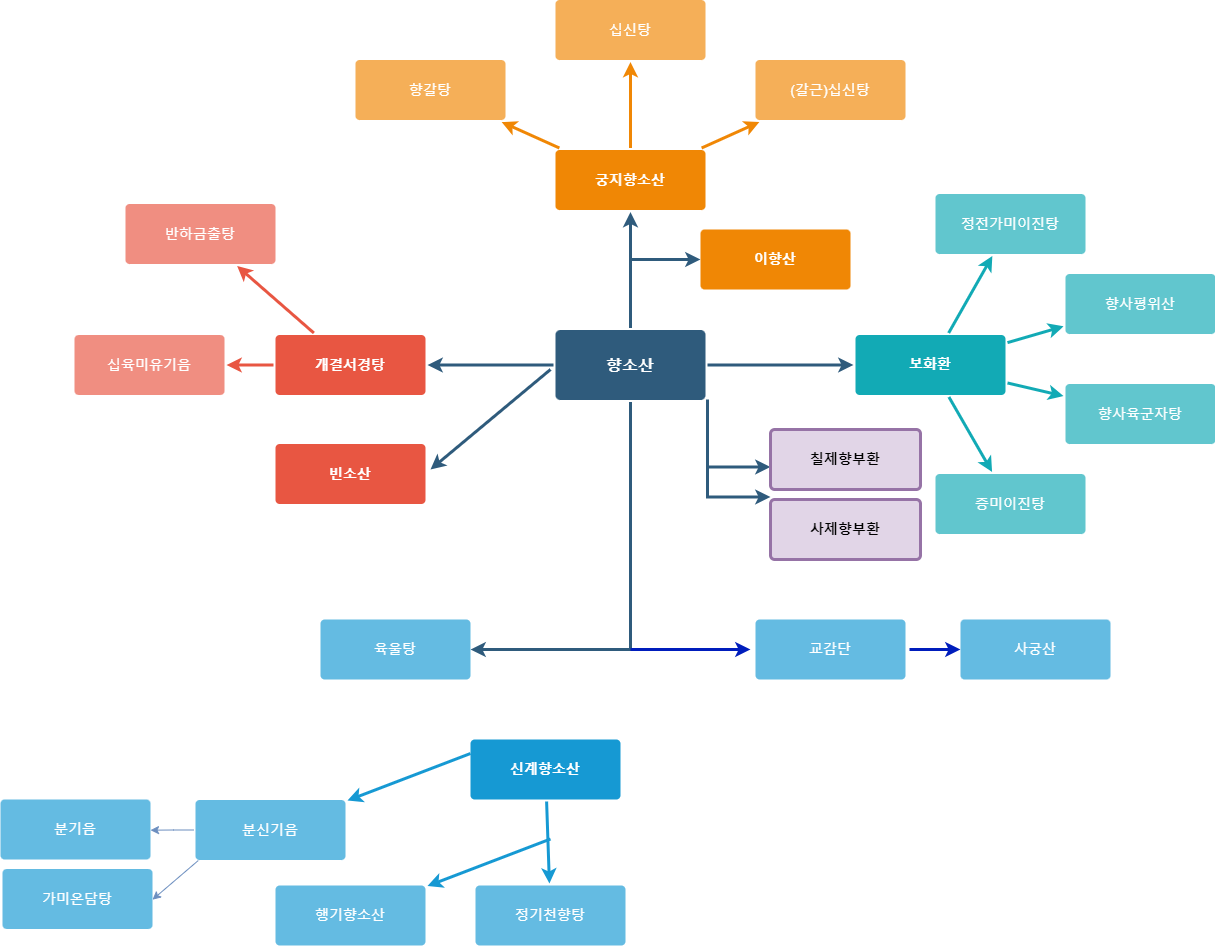
Before: 향소산플로우차트.drawio.png, a diagram exported from draw.io (Jinzin71/sparta). Source tidied: cells renumbered, new cells last; positions are measured from the earlier drawing's top-left corner, leaving out a move shared by most shapes.
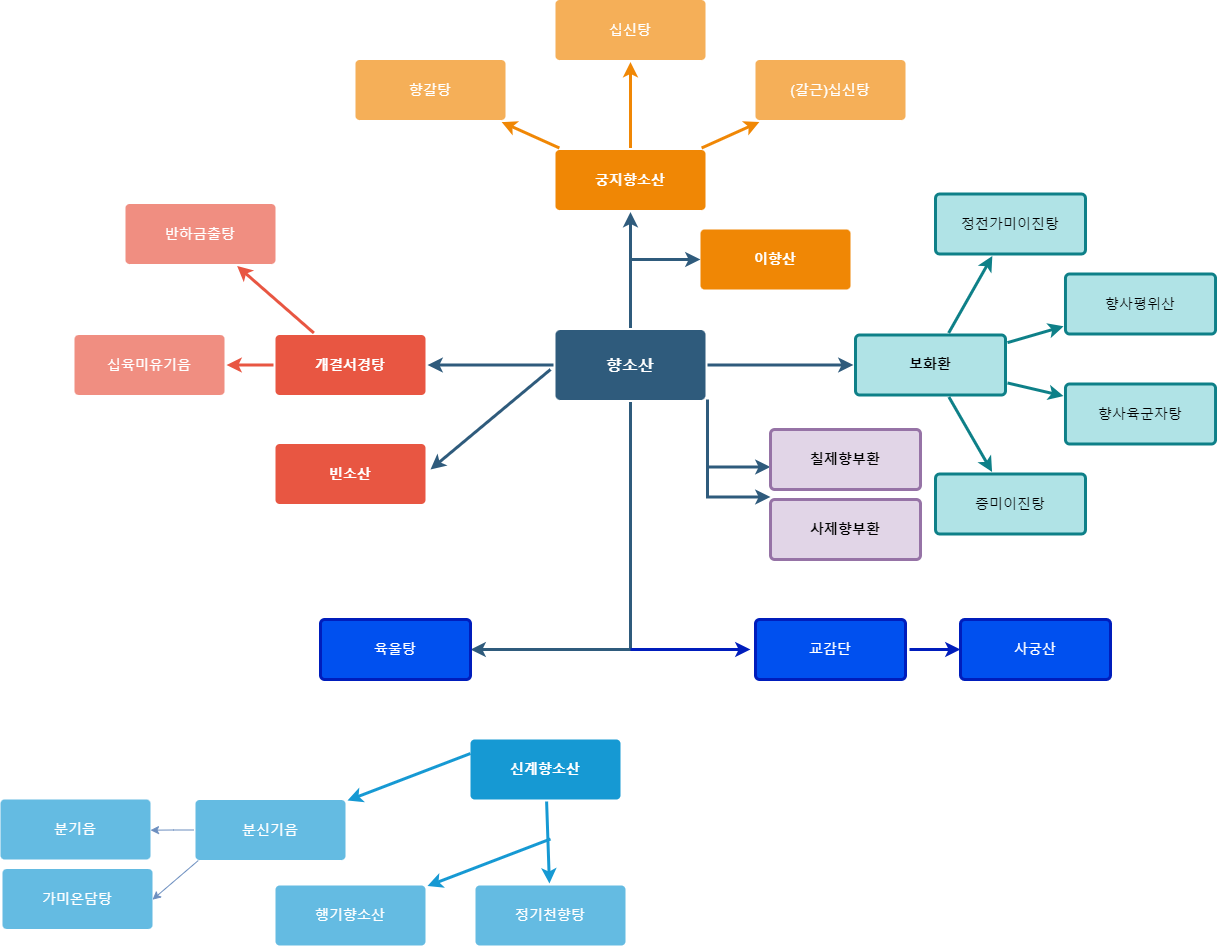
The same diagram one commit later.

Commit message:
향소산플로우차트.drawio.png 업데이트

Change to the diagram source:
```diff
@@ -53,7 +53,7 @@
     <mxCell id="15" value="신계향소산" style="rounded=1;whiteSpace=wrap;html=1;shadow=0;labelBackgroundColor=none;strokeColor=none;strokeWidth=3;fillColor=#1699d3;fontFamily=Helvetica;fontSize=14;fontColor=#FFFFFF;align=center;spacing=5;fontStyle=1;arcSize=7;perimeterSpacing=2;" parent="1" vertex="1">
       <mxGeometry x="470" y="740" width="150" height="60" as="geometry" />
     </mxCell>
-    <mxCell id="16" value="교감단" style="rounded=1;whiteSpace=wrap;html=1;shadow=0;labelBackgroundColor=none;strokeColor=none;strokeWidth=3;fillColor=#64bbe2;fontFamily=Helvetica;fontSize=14;fontColor=#FFFFFF;align=center;spacing=5;arcSize=7;perimeterSpacing=2;" parent="1" vertex="1">
+    <mxCell id="16" value="교감단" style="rounded=1;whiteSpace=wrap;html=1;shadow=0;labelBackgroundColor=none;strokeColor=#001DBC;strokeWidth=3;fillColor=#0050ef;fontFamily=Helvetica;fontSize=14;fontColor=#ffffff;align=center;spacing=5;arcSize=7;perimeterSpacing=2;" parent="1" vertex="1">
       <mxGeometry x="755" y="620" width="150" height="60" as="geometry" />
     </mxCell>
     <mxCell id="17" value="정기천향탕" style="rounded=1;whiteSpace=wrap;html=1;shadow=0;labelBackgroundColor=none;strokeColor=none;strokeWidth=3;fillColor=#64bbe2;fontFamily=Helvetica;fontSize=14;fontColor=#FFFFFF;align=center;spacing=5;arcSize=7;perimeterSpacing=2;" parent="1" vertex="1">
@@ -83,31 +83,31 @@
     <mxCell id="25" style="edgeStyle=none;rounded=0;jumpStyle=none;html=1;shadow=0;labelBackgroundColor=none;startArrow=none;startFill=0;endArrow=classic;endFill=1;jettySize=auto;strokeColor=#F08705;strokeWidth=3;fontFamily=Helvetica;fontSize=14;fontColor=#FFFFFF;spacing=5;" parent="1" edge="1" source="19" target="24">
       <mxGeometry relative="1" as="geometry" />
     </mxCell>
-    <mxCell id="26" value="보화환" style="rounded=1;whiteSpace=wrap;html=1;shadow=0;labelBackgroundColor=none;strokeColor=none;strokeWidth=3;fillColor=#12aab5;fontFamily=Helvetica;fontSize=14;fontColor=#FFFFFF;align=center;spacing=5;fontStyle=1;arcSize=7;perimeterSpacing=2;" parent="1" vertex="1">
+    <mxCell id="26" value="보화환" style="rounded=1;whiteSpace=wrap;html=1;shadow=0;labelBackgroundColor=none;strokeColor=#0e8088;strokeWidth=3;fillColor=#b0e3e6;fontFamily=Helvetica;fontSize=14;align=center;spacing=5;fontStyle=1;arcSize=7;perimeterSpacing=2;" parent="1" vertex="1">
       <mxGeometry x="855" y="335.5" width="150" height="60" as="geometry" />
     </mxCell>
-    <mxCell id="27" value="증미이진탕" style="rounded=1;whiteSpace=wrap;html=1;shadow=0;labelBackgroundColor=none;strokeColor=none;strokeWidth=3;fillColor=#61c6ce;fontFamily=Helvetica;fontSize=14;fontColor=#FFFFFF;align=center;spacing=5;fontStyle=0;arcSize=7;perimeterSpacing=2;" parent="1" vertex="1">
+    <mxCell id="27" value="증미이진탕" style="rounded=1;whiteSpace=wrap;html=1;shadow=0;labelBackgroundColor=none;strokeColor=#0e8088;strokeWidth=3;fillColor=#b0e3e6;fontFamily=Helvetica;fontSize=14;align=center;spacing=5;fontStyle=0;arcSize=7;perimeterSpacing=2;" parent="1" vertex="1">
       <mxGeometry x="935" y="474.5" width="150" height="60" as="geometry" />
     </mxCell>
-    <mxCell id="28" style="edgeStyle=none;rounded=1;jumpStyle=none;html=1;shadow=0;labelBackgroundColor=none;startArrow=none;startFill=0;jettySize=auto;strokeColor=#12AAB5;strokeWidth=3;fontFamily=Helvetica;fontSize=14;fontColor=#FFFFFF;spacing=5;fontStyle=1;fillColor=#b0e3e6;" parent="1" edge="1" source="26" target="27">
+    <mxCell id="28" style="edgeStyle=none;rounded=1;jumpStyle=none;html=1;shadow=0;labelBackgroundColor=none;startArrow=none;startFill=0;jettySize=auto;strokeColor=#0e8088;strokeWidth=3;fontFamily=Helvetica;fontSize=14;fontColor=#FFFFFF;spacing=5;fontStyle=1;fillColor=#b0e3e6;" parent="1" edge="1" source="26" target="27">
       <mxGeometry relative="1" as="geometry" />
     </mxCell>
-    <mxCell id="29" value="향사육군자탕" style="rounded=1;whiteSpace=wrap;html=1;shadow=0;labelBackgroundColor=none;strokeColor=none;strokeWidth=3;fillColor=#61c6ce;fontFamily=Helvetica;fontSize=14;fontColor=#FFFFFF;align=center;spacing=5;fontStyle=0;arcSize=7;perimeterSpacing=2;" parent="1" vertex="1">
+    <mxCell id="29" value="향사육군자탕" style="rounded=1;whiteSpace=wrap;html=1;shadow=0;labelBackgroundColor=none;strokeColor=#0e8088;strokeWidth=3;fillColor=#b0e3e6;fontFamily=Helvetica;fontSize=14;align=center;spacing=5;fontStyle=0;arcSize=7;perimeterSpacing=2;" parent="1" vertex="1">
       <mxGeometry x="1065" y="384.5" width="150" height="60" as="geometry" />
     </mxCell>
-    <mxCell id="30" style="edgeStyle=none;rounded=1;jumpStyle=none;html=1;shadow=0;labelBackgroundColor=none;startArrow=none;startFill=0;jettySize=auto;strokeColor=#12AAB5;strokeWidth=3;fontFamily=Helvetica;fontSize=14;fontColor=#FFFFFF;spacing=5;fontStyle=1;fillColor=#b0e3e6;" parent="1" edge="1" source="26" target="29">
+    <mxCell id="30" style="edgeStyle=none;rounded=1;jumpStyle=none;html=1;shadow=0;labelBackgroundColor=none;startArrow=none;startFill=0;jettySize=auto;strokeColor=#0e8088;strokeWidth=3;fontFamily=Helvetica;fontSize=14;fontColor=#FFFFFF;spacing=5;fontStyle=1;fillColor=#b0e3e6;" parent="1" edge="1" source="26" target="29">
       <mxGeometry relative="1" as="geometry" />
     </mxCell>
-    <mxCell id="31" value="향사평위산" style="rounded=1;whiteSpace=wrap;html=1;shadow=0;labelBackgroundColor=none;strokeColor=none;strokeWidth=3;fillColor=#61c6ce;fontFamily=Helvetica;fontSize=14;fontColor=#FFFFFF;align=center;spacing=5;fontStyle=0;arcSize=7;perimeterSpacing=2;" parent="1" vertex="1">
+    <mxCell id="31" value="향사평위산" style="rounded=1;whiteSpace=wrap;html=1;shadow=0;labelBackgroundColor=none;strokeColor=#0e8088;strokeWidth=3;fillColor=#b0e3e6;fontFamily=Helvetica;fontSize=14;align=center;spacing=5;fontStyle=0;arcSize=7;perimeterSpacing=2;" parent="1" vertex="1">
       <mxGeometry x="1065" y="274.5" width="150" height="60" as="geometry" />
     </mxCell>
-    <mxCell id="32" style="edgeStyle=none;rounded=1;jumpStyle=none;html=1;shadow=0;labelBackgroundColor=none;startArrow=none;startFill=0;jettySize=auto;strokeColor=#12AAB5;strokeWidth=3;fontFamily=Helvetica;fontSize=14;fontColor=#FFFFFF;spacing=5;fontStyle=1;fillColor=#b0e3e6;" parent="1" edge="1" source="26" target="31">
+    <mxCell id="32" style="edgeStyle=none;rounded=1;jumpStyle=none;html=1;shadow=0;labelBackgroundColor=none;startArrow=none;startFill=0;jettySize=auto;strokeColor=#0e8088;strokeWidth=3;fontFamily=Helvetica;fontSize=14;fontColor=#FFFFFF;spacing=5;fontStyle=1;fillColor=#b0e3e6;" parent="1" edge="1" source="26" target="31">
       <mxGeometry relative="1" as="geometry" />
     </mxCell>
-    <mxCell id="33" value="정전가미이진탕" style="rounded=1;whiteSpace=wrap;html=1;shadow=0;labelBackgroundColor=none;strokeColor=none;strokeWidth=3;fillColor=#61c6ce;fontFamily=Helvetica;fontSize=14;fontColor=#FFFFFF;align=center;spacing=5;fontStyle=0;arcSize=7;perimeterSpacing=2;" parent="1" vertex="1">
+    <mxCell id="33" value="정전가미이진탕" style="rounded=1;whiteSpace=wrap;html=1;shadow=0;labelBackgroundColor=none;strokeColor=#0e8088;strokeWidth=3;fillColor=#b0e3e6;fontFamily=Helvetica;fontSize=14;align=center;spacing=5;fontStyle=0;arcSize=7;perimeterSpacing=2;" parent="1" vertex="1">
       <mxGeometry x="935" y="194.5" width="150" height="60" as="geometry" />
     </mxCell>
-    <mxCell id="34" style="edgeStyle=none;rounded=1;jumpStyle=none;html=1;shadow=0;labelBackgroundColor=none;startArrow=none;startFill=0;jettySize=auto;strokeColor=#12AAB5;strokeWidth=3;fontFamily=Helvetica;fontSize=14;fontColor=#FFFFFF;spacing=5;fontStyle=1;fillColor=#b0e3e6;" parent="1" edge="1" source="26" target="33">
+    <mxCell id="34" style="edgeStyle=none;rounded=1;jumpStyle=none;html=1;shadow=0;labelBackgroundColor=none;startArrow=none;startFill=0;jettySize=auto;strokeColor=#0e8088;strokeWidth=3;fontFamily=Helvetica;fontSize=14;fontColor=#FFFFFF;spacing=5;fontStyle=1;fillColor=#b0e3e6;" parent="1" edge="1" source="26" target="33">
       <mxGeometry relative="1" as="geometry" />
     </mxCell>
     <mxCell id="35" style="edgeStyle=none;rounded=0;jumpStyle=none;html=1;shadow=0;labelBackgroundColor=none;startArrow=none;startFill=0;endArrow=classic;endFill=1;jettySize=auto;orthogonalLoop=1;strokeColor=#2F5B7C;strokeWidth=3;fontFamily=Helvetica;fontSize=16;fontColor=#23445D;spacing=5;" parent="1" edge="1">
@@ -158,7 +158,7 @@
         <mxPoint x="960" y="650" as="targetPoint" />
       </mxGeometry>
     </mxCell>
-    <mxCell id="44" value="사궁산" style="rounded=1;whiteSpace=wrap;html=1;shadow=0;labelBackgroundColor=none;strokeColor=none;strokeWidth=3;fillColor=#64bbe2;fontFamily=Helvetica;fontSize=14;fontColor=#FFFFFF;align=center;spacing=5;arcSize=7;perimeterSpacing=2;" parent="1" vertex="1">
+    <mxCell id="44" value="사궁산" style="rounded=1;whiteSpace=wrap;html=1;shadow=0;labelBackgroundColor=none;strokeColor=#001DBC;strokeWidth=3;fillColor=#0050ef;fontFamily=Helvetica;fontSize=14;fontColor=#ffffff;align=center;spacing=5;arcSize=7;perimeterSpacing=2;" parent="1" vertex="1">
       <mxGeometry x="960" y="620" width="150" height="60" as="geometry" />
     </mxCell>
     <mxCell id="45" style="edgeStyle=none;rounded=0;jumpStyle=none;html=1;shadow=0;labelBackgroundColor=none;startArrow=none;startFill=0;endArrow=classic;endFill=1;jettySize=auto;strokeColor=#1699D3;strokeWidth=3;fontFamily=Helvetica;fontSize=14;fontColor=#FFFFFF;spacing=5;" parent="1" edge="1" target="47">
@@ -180,7 +180,7 @@
         <mxPoint x="750" y="650" as="targetPoint" />
       </mxGeometry>
     </mxCell>
-    <mxCell id="49" value="육울탕" style="rounded=1;whiteSpace=wrap;html=1;shadow=0;labelBackgroundColor=none;strokeColor=none;strokeWidth=3;fillColor=#64bbe2;fontFamily=Helvetica;fontSize=14;fontColor=#FFFFFF;align=center;spacing=5;arcSize=7;perimeterSpacing=2;" parent="1" vertex="1">
+    <mxCell id="49" value="육울탕" style="rounded=1;whiteSpace=wrap;html=1;shadow=0;labelBackgroundColor=none;strokeColor=#001DBC;strokeWidth=3;fillColor=#0050ef;fontFamily=Helvetica;fontSize=14;fontColor=#ffffff;align=center;spacing=5;arcSize=7;perimeterSpacing=2;" parent="1" vertex="1">
       <mxGeometry x="320" y="620" width="150" height="60" as="geometry" />
     </mxCell>
     <mxCell id="50" value="분기음" style="rounded=1;whiteSpace=wrap;html=1;shadow=0;labelBackgroundColor=none;strokeColor=none;strokeWidth=3;fillColor=#64bbe2;fontFamily=Helvetica;fontSize=14;fontColor=#FFFFFF;align=center;spacing=5;arcSize=7;perimeterSpacing=2;" parent="1" vertex="1">
```
